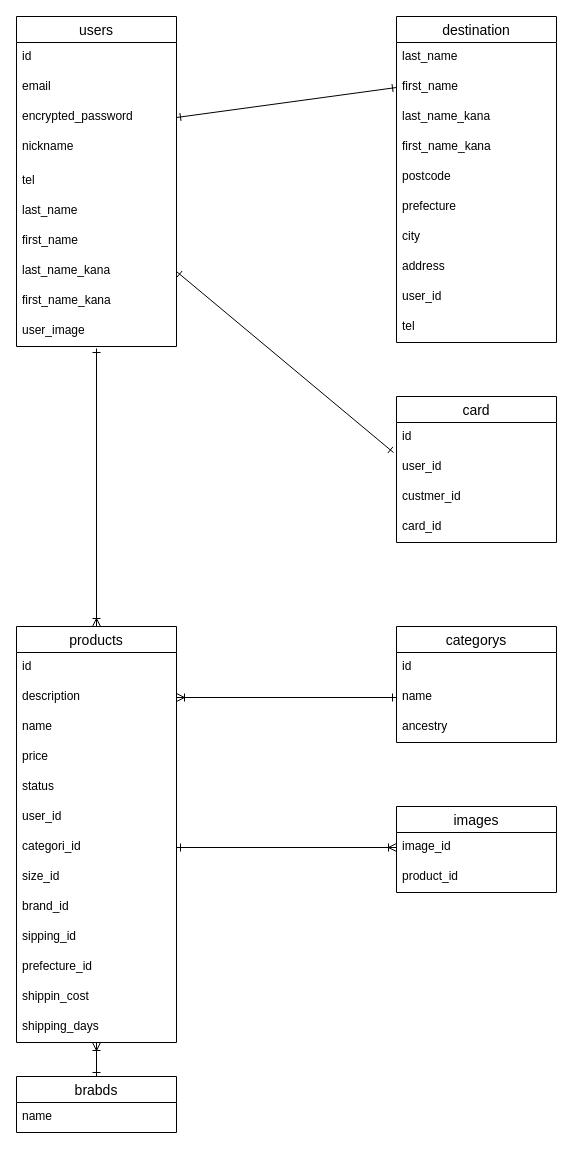
This is furima.dio from u-maki/furima-41584, a draw.io file, before an edit. Source tidied: cells renumbered, new cells numbered last; positions are measured from the earlier drawing's top-left corner, leaving out a move shared by most shapes. Both pictures are drawn from the tidied source at 100%, with x=0, y=0 at pixel (16, 16).
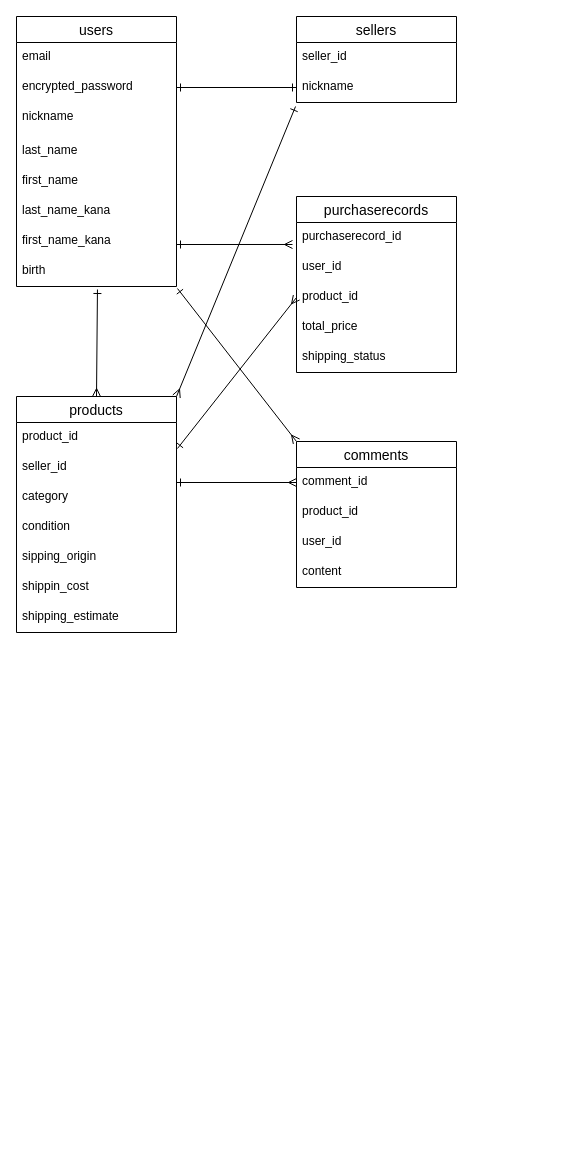
Above is the later version.

Commit message (it also covers changes not shown here):
データベース再設計

What changed in the source:
```diff
@@
     <mxCell id="2" value="users" style="swimlane;fontStyle=0;horizontal=1;startSize=26;align=center;fontSize=14;" parent="1" vertex="1">
-      <mxGeometry width="160" height="330" as="geometry" />
+      <mxGeometry width="160" height="270" as="geometry" />
     </mxCell>
-    <mxCell id="3" value="id&#10;" style="text;strokeColor=none;fillColor=none;spacingLeft=4;spacingRight=4;overflow=hidden;fontSize=12;" parent="2" vertex="1">
-      <mxGeometry y="26" width="160" height="30" as="geometry" />
-    </mxCell>
     <mxCell id="4" value="email&#10;&#10;" style="text;strokeColor=none;fillColor=none;spacingLeft=4;spacingRight=4;overflow=hidden;fontSize=12;" parent="2" vertex="1">
-      <mxGeometry y="56" width="160" height="30" as="geometry" />
+      <mxGeometry y="26" width="160" height="30" as="geometry" />
     </mxCell>
     <mxCell id="5" value="encrypted_password" style="text;strokeColor=none;fillColor=none;spacingLeft=4;spacingRight=4;overflow=hidden;points=[[0,0.5],[1,0.5]];portConstraint=eastwest;fontSize=12;" parent="2" vertex="1">
-      <mxGeometry y="86" width="160" height="30" as="geometry" />
+      <mxGeometry y="56" width="160" height="30" as="geometry" />
     </mxCell>
     <mxCell id="6" value="nickname" style="text;strokeColor=none;fillColor=none;spacingLeft=4;spacingRight=4;overflow=hidden;fontSize=12;" parent="2" vertex="1">
-      <mxGeometry y="116" width="160" height="34" as="geometry" />
+      <mxGeometry y="86" width="160" height="34" as="geometry" />
     </mxCell>
-    <mxCell id="7" value="tel" style="text;strokeColor=none;fillColor=none;spacingLeft=4;spacingRight=4;overflow=hidden;fontSize=12;" parent="2" vertex="1">
-      <mxGeometry y="150" width="160" height="30" as="geometry" />
-    </mxCell>
     <mxCell id="8" value="last_name" style="text;strokeColor=none;fillColor=none;spacingLeft=4;spacingRight=4;overflow=hidden;fontSize=12;" parent="2" vertex="1">
-      <mxGeometry y="180" width="160" height="30" as="geometry" />
+      <mxGeometry y="120" width="160" height="30" as="geometry" />
     </mxCell>
     <mxCell id="9" value="first_name" style="text;strokeColor=none;fillColor=none;spacingLeft=4;spacingRight=4;overflow=hidden;fontSize=12;" parent="2" vertex="1">
-      <mxGeometry y="210" width="160" height="30" as="geometry" />
+      <mxGeometry y="150" width="160" height="30" as="geometry" />
     </mxCell>
     <mxCell id="10" value="last_name_kana" style="text;strokeColor=none;fillColor=none;spacingLeft=4;spacingRight=4;overflow=hidden;points=[[0,0.5],[1,0.5]];portConstraint=eastwest;fontSize=12;" parent="2" vertex="1">
-      <mxGeometry y="240" width="160" height="30" as="geometry" />
+      <mxGeometry y="180" width="160" height="30" as="geometry" />
     </mxCell>
     <mxCell id="11" value="first_name_kana" style="text;strokeColor=none;fillColor=none;spacingLeft=4;spacingRight=4;overflow=hidden;fontSize=12;" parent="2" vertex="1">
-      <mxGeometry y="270" width="160" height="30" as="geometry" />
+      <mxGeometry y="210" width="160" height="30" as="geometry" />
     </mxCell>
-    <mxCell id="12" value="user_image" style="text;strokeColor=none;fillColor=none;spacingLeft=4;spacingRight=4;overflow=hidden;points=[[0,0.5],[1,0.5]];portConstraint=eastwest;fontSize=12;" parent="2" vertex="1">
-      <mxGeometry y="300" width="160" height="30" as="geometry" />
+    <mxCell id="12" value="birth" style="text;strokeColor=none;fillColor=none;spacingLeft=4;spacingRight=4;overflow=hidden;points=[[0,0.5],[1,0.5]];portConstraint=eastwest;fontSize=12;" parent="2" vertex="1">
+      <mxGeometry y="240" width="160" height="30" as="geometry" />
     </mxCell>
+    <mxCell id="58" style="edgeStyle=none;html=1;exitX=1;exitY=0;exitDx=0;exitDy=0;entryX=-0.006;entryY=1.133;entryDx=0;entryDy=0;entryPerimeter=0;startArrow=ERmany;startFill=0;endArrow=ERone;endFill=0;" parent="1" edge="1" source="14" target="30">
+      <mxGeometry relative="1" as="geometry" />
+    </mxCell>
-    <mxCell id="13" style="edgeStyle=none;html=1;exitX=0.5;exitY=0;exitDx=0;exitDy=0;entryX=0.5;entryY=1.067;entryDx=0;entryDy=0;entryPerimeter=0;startArrow=ERoneToMany;startFill=0;endArrow=ERone;endFill=0;" parent="1" edge="1" source="14" target="12">
+    <mxCell id="13" style="edgeStyle=none;html=1;exitX=0.5;exitY=0;exitDx=0;exitDy=0;entryX=0.506;entryY=1.1;entryDx=0;entryDy=0;entryPerimeter=0;startArrow=ERmany;startFill=0;endArrow=ERone;endFill=0;" parent="1" edge="1" source="14" target="12">
       <mxGeometry relative="1" as="geometry" />
     </mxCell>
     <mxCell id="14" value="products" style="swimlane;fontStyle=0;horizontal=1;startSize=26;align=center;fontSize=14;" parent="1" vertex="1">
-      <mxGeometry y="610" width="160" height="416" as="geometry" />
+      <mxGeometry y="380" width="160" height="236" as="geometry" />
     </mxCell>
-    <mxCell id="15" value="id" style="text;strokeColor=none;fillColor=none;spacingLeft=4;spacingRight=4;overflow=hidden;points=[[0,0.5],[1,0.5]];portConstraint=eastwest;fontSize=12;" parent="14" vertex="1">
+    <mxCell id="15" value="product_id" style="text;strokeColor=none;fillColor=none;spacingLeft=4;spacingRight=4;overflow=hidden;points=[[0,0.5],[1,0.5]];portConstraint=eastwest;fontSize=12;" parent="14" vertex="1">
       <mxGeometry y="26" width="160" height="30" as="geometry" />
     </mxCell>
-    <mxCell id="16" value="description" style="text;strokeColor=none;fillColor=none;spacingLeft=4;spacingRight=4;overflow=hidden;points=[[0,0.5],[1,0.5]];portConstraint=eastwest;fontSize=12;" parent="14" vertex="1">
+    <mxCell id="16" value="seller_id" style="text;strokeColor=none;fillColor=none;spacingLeft=4;spacingRight=4;overflow=hidden;points=[[0,0.5],[1,0.5]];portConstraint=eastwest;fontSize=12;" parent="14" vertex="1">
       <mxGeometry y="56" width="160" height="30" as="geometry" />
     </mxCell>
-    <mxCell id="17" value="name" style="text;strokeColor=none;fillColor=none;spacingLeft=4;spacingRight=4;overflow=hidden;fontSize=12;" parent="14" vertex="1">
+    <mxCell id="17" value="category" style="text;strokeColor=none;fillColor=none;spacingLeft=4;spacingRight=4;overflow=hidden;fontSize=12;" parent="14" vertex="1">
       <mxGeometry y="86" width="160" height="30" as="geometry" />
     </mxCell>
-    <mxCell id="18" value="price" style="text;strokeColor=none;fillColor=none;spacingLeft=4;spacingRight=4;overflow=hidden;fontSize=12;" parent="14" vertex="1">
+    <mxCell id="18" value="condition" style="text;strokeColor=none;fillColor=none;spacingLeft=4;spacingRight=4;overflow=hidden;fontSize=12;" parent="14" vertex="1">
       <mxGeometry y="116" width="160" height="30" as="geometry" />
     </mxCell>
-    <mxCell id="19" value="status" style="text;strokeColor=none;fillColor=none;spacingLeft=4;spacingRight=4;overflow=hidden;fontSize=12;" parent="14" vertex="1">
-      <mxGeometry y="146" width="160" height="30" as="geometry" />
-    </mxCell>
-    <mxCell id="20" value="user_id" style="text;strokeColor=none;fillColor=none;spacingLeft=4;spacingRight=4;overflow=hidden;fontSize=12;" parent="14" vertex="1">
-      <mxGeometry y="176" width="160" height="30" as="geometry" />
-    </mxCell>
-    <mxCell id="21" value="categori_id" style="text;strokeColor=none;fillColor=none;spacingLeft=4;spacingRight=4;overflow=hidden;points=[[0,0.5],[1,0.5]];portConstraint=eastwest;fontSize=12;" parent="14" vertex="1">
-      <mxGeometry y="206" width="160" height="30" as="geometry" />
-    </mxCell>
-    <mxCell id="22" value="size_id" style="text;strokeColor=none;fillColor=none;spacingLeft=4;spacingRight=4;overflow=hidden;fontSize=12;" parent="14" vertex="1">
-      <mxGeometry y="236" width="160" height="30" as="geometry" />
-    </mxCell>
-    <mxCell id="23" value="brand_id" style="text;strokeColor=none;fillColor=none;spacingLeft=4;spacingRight=4;overflow=hidden;fontSize=12;" parent="14" vertex="1">
-      <mxGeometry y="266" width="160" height="30" as="geometry" />
-    </mxCell>
-    <mxCell id="24" value="sipping_id" style="text;strokeColor=none;fillColor=none;spacingLeft=4;spacingRight=4;overflow=hidden;fontSize=12;" parent="14" vertex="1">
-      <mxGeometry y="296" width="160" height="30" as="geometry" />
-    </mxCell>
-    <mxCell id="25" value="prefecture_id" style="text;strokeColor=none;fillColor=none;spacingLeft=4;spacingRight=4;overflow=hidden;fontSize=12;" parent="14" vertex="1">
-      <mxGeometry y="326" width="160" height="30" as="geometry" />
+    <mxCell id="25" value="sipping_origin" style="text;strokeColor=none;fillColor=none;spacingLeft=4;spacingRight=4;overflow=hidden;fontSize=12;" parent="14" vertex="1">
+      <mxGeometry y="146" width="160" height="30" as="geometry" />
     </mxCell>
     <mxCell id="26" value="shippin_cost" style="text;strokeColor=none;fillColor=none;spacingLeft=4;spacingRight=4;overflow=hidden;fontSize=12;" parent="14" vertex="1">
-      <mxGeometry y="356" width="160" height="30" as="geometry" />
+      <mxGeometry y="176" width="160" height="30" as="geometry" />
     </mxCell>
-    <mxCell id="27" value="shipping_days" style="text;strokeColor=none;fillColor=none;spacingLeft=4;spacingRight=4;overflow=hidden;points=[[0,0.5],[1,0.5]];portConstraint=eastwest;fontSize=12;" parent="14" vertex="1">
-      <mxGeometry y="386" width="160" height="30" as="geometry" />
+    <mxCell id="27" value="shipping_estimate" style="text;strokeColor=none;fillColor=none;spacingLeft=4;spacingRight=4;overflow=hidden;points=[[0,0.5],[1,0.5]];portConstraint=eastwest;fontSize=12;" parent="14" vertex="1">
+      <mxGeometry y="206" width="160" height="30" as="geometry" />
     </mxCell>
-    <mxCell id="28" value="card" style="swimlane;fontStyle=0;horizontal=1;startSize=26;align=center;fontSize=14;" parent="1" vertex="1">
-      <mxGeometry x="380" y="380" width="160" height="146" as="geometry" />
+    <mxCell id="28" value="sellers" style="swimlane;fontStyle=0;horizontal=1;startSize=26;align=center;fontSize=14;" parent="1" vertex="1">
+      <mxGeometry x="280" width="160" height="86" as="geometry" />
     </mxCell>
-    <mxCell id="29" value="id" style="text;strokeColor=none;fillColor=none;spacingLeft=4;spacingRight=4;overflow=hidden;points=[[0,0.5],[1,0.5]];portConstraint=eastwest;fontSize=12;" parent="28" vertex="1">
+    <mxCell id="29" value="seller_id" style="text;strokeColor=none;fillColor=none;spacingLeft=4;spacingRight=4;overflow=hidden;points=[[0,0.5],[1,0.5]];portConstraint=eastwest;fontSize=12;" parent="28" vertex="1">
       <mxGeometry y="26" width="160" height="30" as="geometry" />
     </mxCell>
-    <mxCell id="30" value="user_id" style="text;strokeColor=none;fillColor=none;spacingLeft=4;spacingRight=4;overflow=hidden;points=[[0,0.5],[1,0.5]];portConstraint=eastwest;fontSize=12;" parent="28" vertex="1">
+    <mxCell id="30" value="nickname" style="text;strokeColor=none;fillColor=none;spacingLeft=4;spacingRight=4;overflow=hidden;points=[[0,0.5],[1,0.5]];portConstraint=eastwest;fontSize=12;" parent="28" vertex="1">
       <mxGeometry y="56" width="160" height="30" as="geometry" />
     </mxCell>
-    <mxCell id="31" value="custmer_id" style="text;strokeColor=none;fillColor=none;spacingLeft=4;spacingRight=4;overflow=hidden;fontSize=12;" parent="28" vertex="1">
-      <mxGeometry y="86" width="160" height="30" as="geometry" />
-    </mxCell>
-    <mxCell id="32" value="card_id" style="text;strokeColor=none;fillColor=none;spacingLeft=4;spacingRight=4;overflow=hidden;fontSize=12;" parent="28" vertex="1">
-      <mxGeometry y="116" width="160" height="30" as="geometry" />
-    </mxCell>
-    <mxCell id="33" value="images" style="swimlane;fontStyle=0;horizontal=1;startSize=26;align=center;fontSize=14;" parent="1" vertex="1">
-      <mxGeometry x="380" y="790" width="160" height="86" as="geometry" />
-    </mxCell>
-    <mxCell id="34" value="image_id" style="text;strokeColor=none;fillColor=none;spacingLeft=4;spacingRight=4;overflow=hidden;points=[[0,0.5],[1,0.5]];portConstraint=eastwest;fontSize=12;" parent="33" vertex="1">
-      <mxGeometry y="26" width="160" height="30" as="geometry" />
-    </mxCell>
-    <mxCell id="35" value="product_id" style="text;strokeColor=none;fillColor=none;spacingLeft=4;spacingRight=4;overflow=hidden;fontSize=12;" parent="33" vertex="1">
-      <mxGeometry y="56" width="160" height="30" as="geometry" />
-    </mxCell>
-    <mxCell id="36" value="destination" style="swimlane;fontStyle=0;horizontal=1;startSize=26;align=center;fontSize=14;" parent="1" vertex="1">
-      <mxGeometry x="380" width="160" height="326" as="geometry" />
-    </mxCell>
-    <mxCell id="37" value="last_name" style="text;strokeColor=none;fillColor=none;spacingLeft=4;spacingRight=4;overflow=hidden;fontSize=12;" parent="36" vertex="1">
-      <mxGeometry y="26" width="160" height="30" as="geometry" />
-    </mxCell>
-    <mxCell id="38" value="first_name" style="text;strokeColor=none;fillColor=none;spacingLeft=4;spacingRight=4;overflow=hidden;points=[[0,0.5],[1,0.5]];portConstraint=eastwest;fontSize=12;" parent="36" vertex="1">
-      <mxGeometry y="56" width="160" height="30" as="geometry" />
-    </mxCell>
-    <mxCell id="39" value="last_name_kana" style="text;strokeColor=none;fillColor=none;spacingLeft=4;spacingRight=4;overflow=hidden;fontSize=12;" parent="36" vertex="1">
-      <mxGeometry y="86" width="160" height="30" as="geometry" />
-    </mxCell>
-    <mxCell id="40" value="first_name_kana" style="text;strokeColor=none;fillColor=none;spacingLeft=4;spacingRight=4;overflow=hidden;fontSize=12;" parent="36" vertex="1">
-      <mxGeometry y="116" width="160" height="30" as="geometry" />
-    </mxCell>
-    <mxCell id="41" value="postcode" style="text;strokeColor=none;fillColor=none;spacingLeft=4;spacingRight=4;overflow=hidden;fontSize=12;" parent="36" vertex="1">
-      <mxGeometry y="146" width="160" height="30" as="geometry" />
-    </mxCell>
-    <mxCell id="42" value="prefecture" style="text;strokeColor=none;fillColor=none;spacingLeft=4;spacingRight=4;overflow=hidden;fontSize=12;" parent="36" vertex="1">
-      <mxGeometry y="176" width="160" height="30" as="geometry" />
-    </mxCell>
-    <mxCell id="43" value="city" style="text;strokeColor=none;fillColor=none;spacingLeft=4;spacingRight=4;overflow=hidden;fontSize=12;" parent="36" vertex="1">
-      <mxGeometry y="206" width="160" height="30" as="geometry" />
-    </mxCell>
-    <mxCell id="44" value="address" style="text;strokeColor=none;fillColor=none;spacingLeft=4;spacingRight=4;overflow=hidden;fontSize=12;" parent="36" vertex="1">
-      <mxGeometry y="236" width="160" height="30" as="geometry" />
-    </mxCell>
-    <mxCell id="45" value="user_id" style="text;strokeColor=none;fillColor=none;spacingLeft=4;spacingRight=4;overflow=hidden;fontSize=12;" parent="36" vertex="1">
-      <mxGeometry y="266" width="160" height="30" as="geometry" />
-    </mxCell>
-    <mxCell id="46" value="tel" style="text;strokeColor=none;fillColor=none;spacingLeft=4;spacingRight=4;overflow=hidden;fontSize=12;" parent="36" vertex="1">
-      <mxGeometry y="296" width="160" height="30" as="geometry" />
-    </mxCell>
-    <mxCell id="47" value="categorys" style="swimlane;fontStyle=0;horizontal=1;startSize=26;align=center;fontSize=14;" parent="1" vertex="1">
-      <mxGeometry x="380" y="610" width="160" height="116" as="geometry" />
-    </mxCell>
-    <mxCell id="48" value="id" style="text;strokeColor=none;fillColor=none;spacingLeft=4;spacingRight=4;overflow=hidden;fontSize=12;" parent="47" vertex="1">
-      <mxGeometry y="26" width="160" height="30" as="geometry" />
-    </mxCell>
-    <mxCell id="49" value="name" style="text;strokeColor=none;fillColor=none;spacingLeft=4;spacingRight=4;overflow=hidden;points=[[0,0.5],[1,0.5]];portConstraint=eastwest;fontSize=12;" parent="47" vertex="1">
-      <mxGeometry y="56" width="160" height="30" as="geometry" />
-    </mxCell>
-    <mxCell id="50" value="ancestry" style="text;strokeColor=none;fillColor=none;spacingLeft=4;spacingRight=4;overflow=hidden;fontSize=12;" parent="47" vertex="1">
-      <mxGeometry y="86" width="160" height="30" as="geometry" />
-    </mxCell>
-    <mxCell id="51" style="edgeStyle=none;html=1;exitX=1;exitY=0.5;exitDx=0;exitDy=0;entryX=0;entryY=0.5;entryDx=0;entryDy=0;endArrow=ERone;endFill=0;startArrow=ERone;startFill=0;" parent="1" edge="1" source="5" target="38">
-      <mxGeometry relative="1" as="geometry" />
-    </mxCell>
-    <mxCell id="52" style="edgeStyle=none;html=1;exitX=1;exitY=0.5;exitDx=0;exitDy=0;entryX=-0.019;entryY=1;entryDx=0;entryDy=0;entryPerimeter=0;endArrow=ERone;endFill=0;startArrow=ERone;startFill=0;" parent="1" edge="1" source="10" target="29">
-      <mxGeometry relative="1" as="geometry" />
-    </mxCell>
-    <mxCell id="53" style="edgeStyle=none;html=1;exitX=1;exitY=0.5;exitDx=0;exitDy=0;startArrow=ERone;startFill=0;endArrow=ERoneToMany;endFill=0;" parent="1" edge="1" source="21" target="34">
-      <mxGeometry relative="1" as="geometry" />
-    </mxCell>
-    <mxCell id="54" style="edgeStyle=none;html=1;exitX=0;exitY=0.5;exitDx=0;exitDy=0;entryX=1;entryY=0.5;entryDx=0;entryDy=0;startArrow=ERone;startFill=0;endArrow=ERoneToMany;endFill=0;" parent="1" edge="1" source="49" target="16">
-      <mxGeometry relative="1" as="geometry" />
-    </mxCell>
-    <mxCell id="55" style="edgeStyle=none;html=1;exitX=0.5;exitY=0;exitDx=0;exitDy=0;startArrow=ERone;startFill=0;endArrow=ERoneToMany;endFill=0;" parent="1" edge="1" source="56" target="27">
-      <mxGeometry relative="1" as="geometry" />
-    </mxCell>
+    <mxCell id="59" style="edgeStyle=none;html=1;exitX=0;exitY=0;exitDx=0;exitDy=0;entryX=1.006;entryY=1.067;entryDx=0;entryDy=0;entryPerimeter=0;startArrow=ERmany;startFill=0;endArrow=ERone;endFill=0;" parent="1" edge="1" source="56" target="12">
+      <mxGeometry relative="1" as="geometry" />
+    </mxCell>
-    <mxCell id="56" value="brabds" style="swimlane;fontStyle=0;horizontal=1;startSize=26;align=center;fontSize=14;" parent="1" vertex="1">
-      <mxGeometry y="1060" width="160" height="56" as="geometry" />
+    <mxCell id="56" value="comments" style="swimlane;fontStyle=0;horizontal=1;startSize=26;align=center;fontSize=14;" parent="1" vertex="1">
+      <mxGeometry x="280" y="425" width="160" height="146" as="geometry" />
     </mxCell>
-    <mxCell id="57" value="name" style="text;strokeColor=none;fillColor=none;spacingLeft=4;spacingRight=4;overflow=hidden;points=[[0,0.5],[1,0.5]];portConstraint=eastwest;fontSize=12;" parent="56" vertex="1">
+    <mxCell id="57" value="comment_id" style="text;strokeColor=none;fillColor=none;spacingLeft=4;spacingRight=4;overflow=hidden;points=[[0,0.5],[1,0.5]];portConstraint=eastwest;fontSize=12;" parent="56" vertex="1">
       <mxGeometry y="26" width="160" height="30" as="geometry" />
     </mxCell>
+    <mxCell id="35" value="product_id" style="text;strokeColor=none;fillColor=none;spacingLeft=4;spacingRight=4;overflow=hidden;fontSize=12;" parent="56" vertex="1">
+      <mxGeometry y="56" width="160" height="30" as="geometry" />
+    </mxCell>
+    <mxCell id="60" value="user_id" style="text;strokeColor=none;fillColor=none;spacingLeft=4;spacingRight=4;overflow=hidden;fontSize=12;" parent="56" vertex="1">
+      <mxGeometry y="86" width="160" height="30" as="geometry" />
+    </mxCell>
+    <mxCell id="61" value="content" style="text;strokeColor=none;fillColor=none;spacingLeft=4;spacingRight=4;overflow=hidden;fontSize=12;" parent="56" vertex="1">
+      <mxGeometry y="116" width="160" height="30" as="geometry" />
+    </mxCell>
+    <mxCell id="62" value="purchaserecords" style="swimlane;fontStyle=0;horizontal=1;startSize=26;align=center;fontSize=14;" parent="1" vertex="1">
+      <mxGeometry x="280" y="180" width="160" height="176" as="geometry" />
+    </mxCell>
+    <mxCell id="63" value="purchaserecord_id" style="text;strokeColor=none;fillColor=none;spacingLeft=4;spacingRight=4;overflow=hidden;points=[[0,0.5],[1,0.5]];portConstraint=eastwest;fontSize=12;" parent="62" vertex="1">
+      <mxGeometry y="26" width="160" height="30" as="geometry" />
+    </mxCell>
+    <mxCell id="64" value="user_id" style="text;strokeColor=none;fillColor=none;spacingLeft=4;spacingRight=4;overflow=hidden;fontSize=12;" parent="62" vertex="1">
+      <mxGeometry y="56" width="160" height="30" as="geometry" />
+    </mxCell>
+    <mxCell id="65" value="product_id" style="text;strokeColor=none;fillColor=none;spacingLeft=4;spacingRight=4;overflow=hidden;points=[[0,0.5],[1,0.5]];portConstraint=eastwest;fontSize=12;" parent="62" vertex="1">
+      <mxGeometry y="86" width="160" height="30" as="geometry" />
+    </mxCell>
+    <mxCell id="66" value="total_price" style="text;strokeColor=none;fillColor=none;spacingLeft=4;spacingRight=4;overflow=hidden;fontSize=12;" parent="62" vertex="1">
+      <mxGeometry y="116" width="160" height="30" as="geometry" />
+    </mxCell>
+    <mxCell id="67" value="shipping_status" style="text;strokeColor=none;fillColor=none;spacingLeft=4;spacingRight=4;overflow=hidden;fontSize=12;" parent="62" vertex="1">
+      <mxGeometry y="146" width="160" height="30" as="geometry" />
+    </mxCell>
+    <mxCell id="68" style="edgeStyle=none;html=1;exitX=1;exitY=0.5;exitDx=0;exitDy=0;entryX=0;entryY=0.5;entryDx=0;entryDy=0;startArrow=ERone;startFill=0;endArrow=ERone;endFill=0;" parent="1" edge="1" source="5" target="30">
+      <mxGeometry relative="1" as="geometry" />
+    </mxCell>
+    <mxCell id="69" style="edgeStyle=none;html=1;exitX=0;exitY=0.5;exitDx=0;exitDy=0;startArrow=ERmany;startFill=0;endArrow=ERone;endFill=0;" parent="1" edge="1" source="57">
+      <mxGeometry relative="1" as="geometry">
+        <mxPoint x="160" y="466" as="targetPoint" />
+      </mxGeometry>
+    </mxCell>
+    <mxCell id="70" style="edgeStyle=none;html=1;entryX=-0.025;entryY=0.733;entryDx=0;entryDy=0;entryPerimeter=0;startArrow=ERone;startFill=0;endArrow=ERmany;endFill=0;" parent="1" edge="1" target="63">
+      <mxGeometry relative="1" as="geometry">
+        <mxPoint x="160" y="228" as="sourcePoint" />
+      </mxGeometry>
+    </mxCell>
+    <mxCell id="71" style="edgeStyle=none;html=1;exitX=0;exitY=0.5;exitDx=0;exitDy=0;entryX=1.006;entryY=0.867;entryDx=0;entryDy=0;entryPerimeter=0;startArrow=ERmany;startFill=0;endArrow=ERone;endFill=0;" parent="1" edge="1" source="65" target="15">
+      <mxGeometry relative="1" as="geometry" />
+    </mxCell>
```
